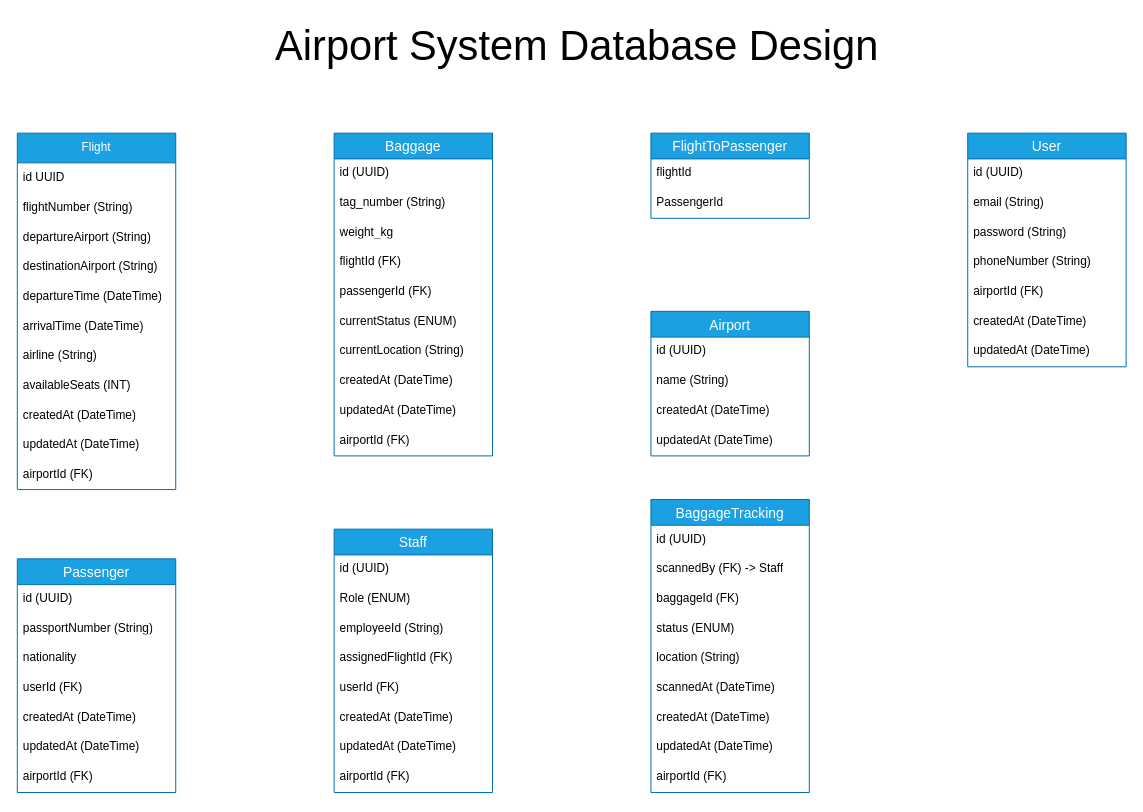
This is docs/db.drawio from khaledhabib18/airport-task, a draw.io file, before an edit. Source tidied: cells renumbered, new cells numbered last; positions are measured from the earlier drawing's top-left corner, leaving out a move shared by most shapes. Both pictures are drawn from the tidied source at 99%, with x=0, y=0 at pixel (17, 17).
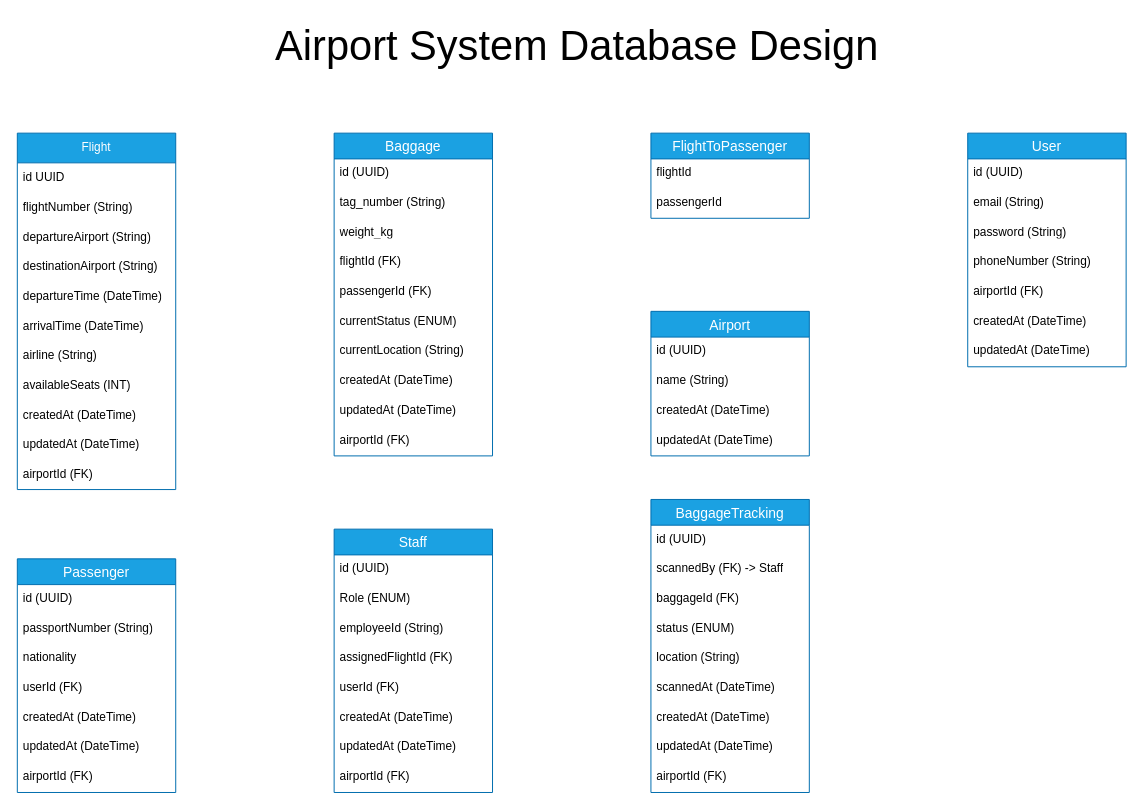
Above is the later version.

The change refers to these unchanged cells:
```xml
<mxCell id="32" value="FlightToPassenger" style="swimlane;fontStyle=0;horizontal=1;startSize=26;align=center;fontSize=14;fillColor=#1ba1e2;fontColor=#ffffff;strokeColor=#006EAF;" parent="1" vertex="1">
  <mxGeometry x="640" y="117" width="160" height="86" as="geometry" />
</mxCell>
```

Change to the diagram source:
```diff
@@
-    <mxCell id="34" value="PassengerId" style="text;strokeColor=none;fillColor=none;spacingLeft=4;spacingRight=4;overflow=hidden;fontSize=12;whiteSpace=wrap;html=1;" parent="32" vertex="1">
+    <mxCell id="34" value="passengerId" style="text;strokeColor=none;fillColor=none;spacingLeft=4;spacingRight=4;overflow=hidden;fontSize=12;whiteSpace=wrap;html=1;" parent="32" vertex="1">
       <mxGeometry y="56" width="160" height="30" as="geometry" />
     </mxCell>
```
